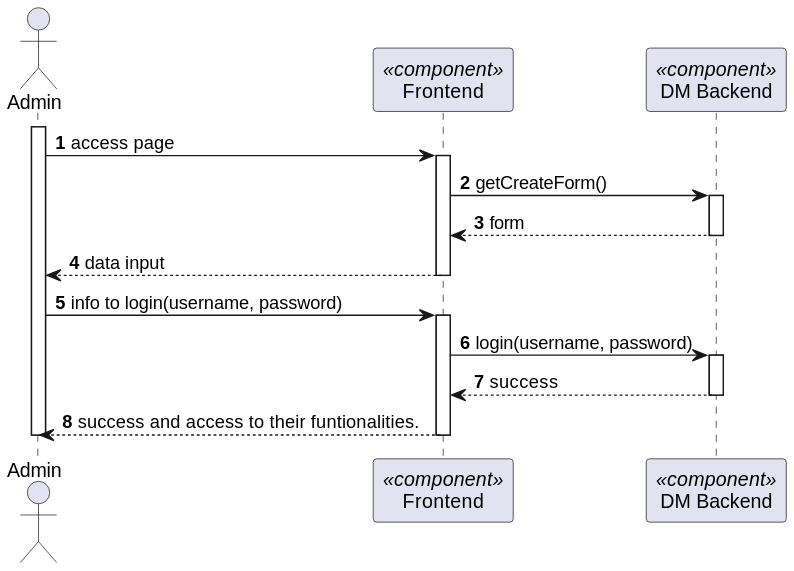
The PlantUML diagram docs/BackofficeModule/7.2.14/sequence-diagram-2.svg in Ana-Miguel-Silva/SurgicalAppointmentAndResourceManagement, before a commit. Its diagram source:
```plantuml
@startuml
skinparam packageStyle rectangle
skinparam shadowing false

autonumber

actor "Admin" as AD
participant "Frontend" as FE <<component>>
participant "DM Backend" as BE <<component>>



activate AD
AD -> FE: access page
activate FE
FE -> BE: getCreateForm()
activate BE
BE --> FE: form
deactivate BE
FE --> AD : data input
deactivate FE
AD -> FE : info to login(username, password)
activate FE
FE -> BE : login(username, password)
activate BE
BE --> FE: success
deactivate BE
FE --> AD : success and access to their funtionalities.
deactivate FE
deactivate AD
@enduml
```
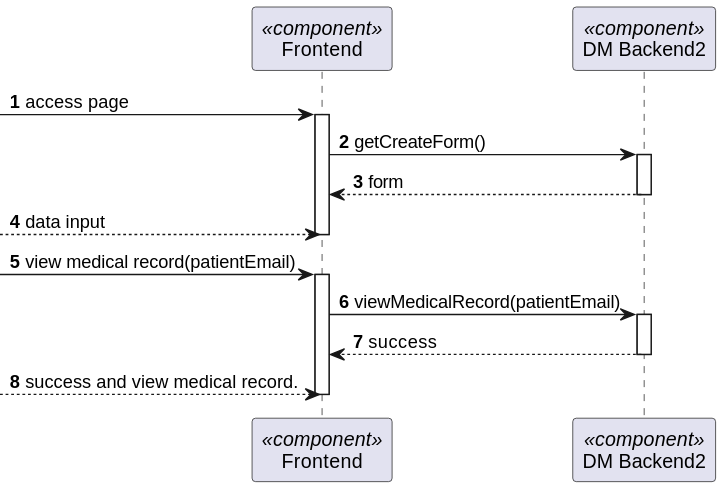
The same file after the commit.

Change to the diagram source:
```diff
@@ -4,28 +4,25 @@
 
 autonumber
 
-actor "Admin" as AD
 participant "Frontend" as FE <<component>>
-participant "DM Backend" as BE <<component>>
+participant "DM Backend2" as BE <<component>>
 
 
 
-activate AD
-AD -> FE: access page
+ -> FE: access page
 activate FE
 FE -> BE: getCreateForm()
 activate BE
 BE --> FE: form
 deactivate BE
-FE --> AD : data input
+--> FE : data input
 deactivate FE
-AD -> FE : info to login(username, password)
+ -> FE : view medical record(patientEmail)
 activate FE
-FE -> BE : login(username, password)
+FE -> BE : viewMedicalRecord(patientEmail)
 activate BE
 BE --> FE: success
 deactivate BE
-FE --> AD : success and access to their funtionalities.
+--> FE: success and view medical record.
 deactivate FE
-deactivate AD
 @enduml
```
